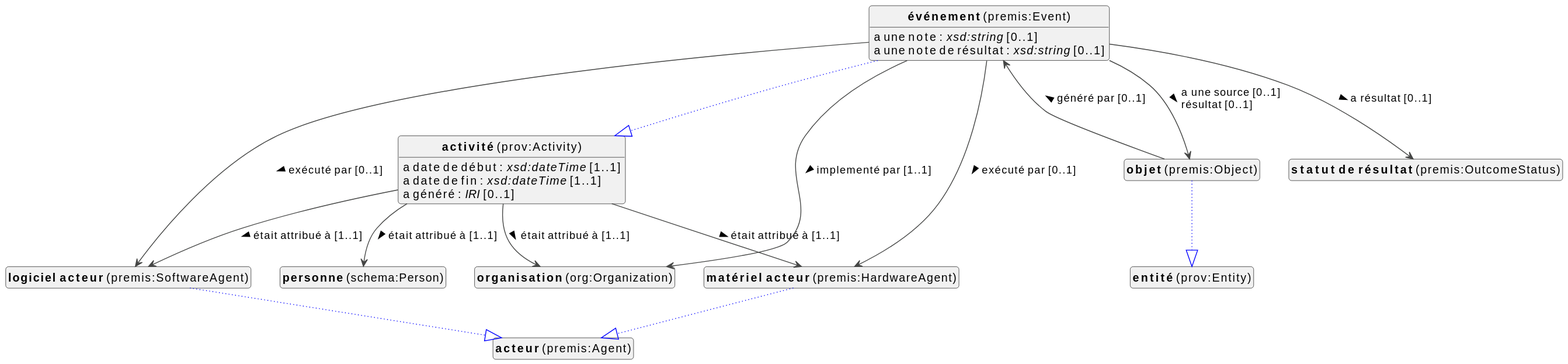
The PlantUML diagram docs/metadata/knowledge-graph/0.0.1/events/fr/events-diagram.svg in viaacode/documentation-jekyll, before a commit.
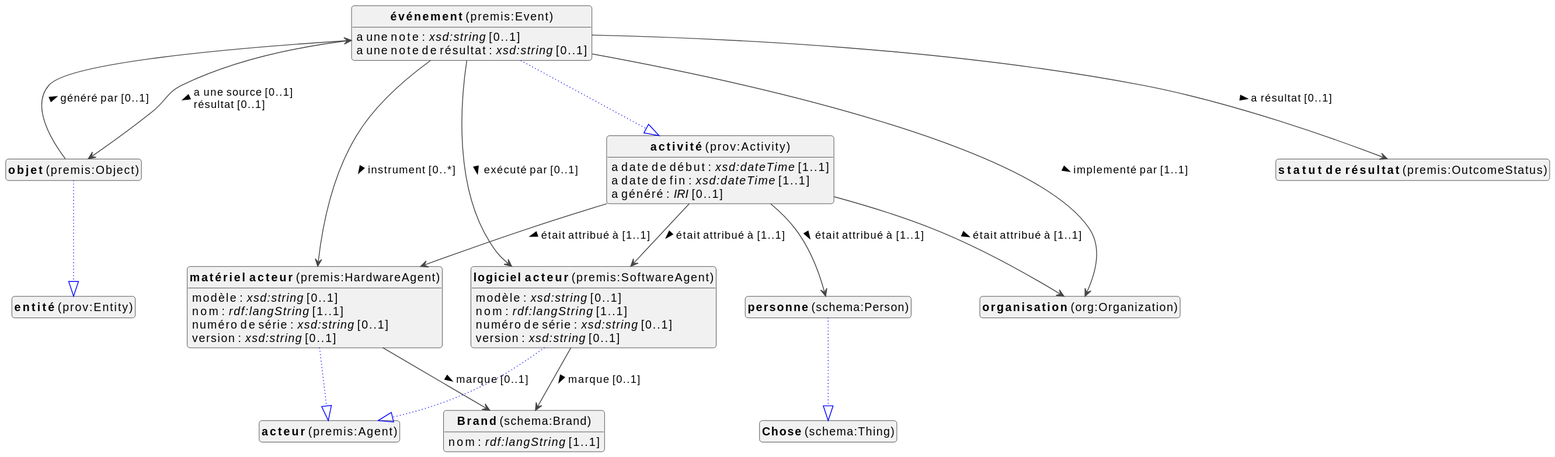
Later version of the same file.

The edit, as a diff of the source:
```diff
@@ -10,6 +10,7 @@
 top to bottom direction
 
 
+class "<b>Brand</b> (schema:Brand)" as schema_Brand [[#schema%3ABrand]]
 class "<b>activité</b> (prov:Activity)" as prov_Activity [[#prov%3AActivity]]
 class "<b>logiciel acteur</b> (premis:SoftwareAgent)" as premis_SoftwareAgent [[#premis%3ASoftwareAgent]]
 class "<b>acteur</b> (premis:Agent)" as premis_Agent [[#premis%3AAgent]]
@@ -19,9 +20,14 @@
 class "<b>entité</b> (prov:Entity)" as prov_Entity [[#prov%3AEntity]]
 class "<b>organisation</b> (org:Organization)" as org_Organization [[../../organization/fr#org%3AOrganization]]
 class "<b>personne</b> (schema:Person)" as schema_Person [[../../organization/fr#schema%3APerson]]
+class "<b>Chose</b> (schema:Thing)" as schema_Thing [[#schema%3AThing]]
 class "<b>statut de résultat</b> (premis:OutcomeStatus)" as premis_OutcomeStatus [[#premis%3AOutcomeStatus]]
 class "<b>événement</b> (premis:Event)" as premis_Event [[#premis%3AEvent]]
 class "<b>activité</b> (prov:Activity)" as prov_Activity [[#prov%3AActivity]]
+
+
+schema_Brand : nom : <i>rdf:langString</i> [1..1]
+
 
 
 prov_Activity : a date de début : <i>xsd:dateTime</i> [1..1]
@@ -36,8 +42,22 @@
 
 premis_SoftwareAgent --|> premis_Agent #blue;line.dotted;text:blue
 
+premis_SoftwareAgent : modèle : <i>xsd:string</i> [0..1]
+premis_SoftwareAgent : nom : <i>rdf:langString</i> [1..1]
+premis_SoftwareAgent : numéro de série : <i>xsd:string</i> [0..1]
+premis_SoftwareAgent : version : <i>xsd:string</i> [0..1]
+
+premis_SoftwareAgent --> schema_Brand :marque [0..1]  >
+
 
 premis_HardwareAgent --|> premis_Agent #blue;line.dotted;text:blue
+
+premis_HardwareAgent : modèle : <i>xsd:string</i> [0..1]
+premis_HardwareAgent : nom : <i>rdf:langString</i> [1..1]
+premis_HardwareAgent : numéro de série : <i>xsd:string</i> [0..1]
+premis_HardwareAgent : version : <i>xsd:string</i> [0..1]
+
+premis_HardwareAgent --> schema_Brand :marque [0..1]  >
 
 
 premis_Object --|> prov_Entity #blue;line.dotted;text:blue
@@ -46,6 +66,7 @@
 
 
 
+schema_Person --|> schema_Thing #blue;line.dotted;text:blue
 
 
 
@@ -55,7 +76,7 @@
 premis_Event : a une note : <i>xsd:string</i> [0..1]
 premis_Event : a une note de résultat : <i>xsd:string</i> [0..1]
 premis_Event --> org_Organization :implementé par [1..1]  >
-premis_Event --> premis_HardwareAgent :exécuté par [0..1]  >
+premis_Event --> premis_HardwareAgent :instrument [0..*]  >
 premis_Event --> premis_Object :a une source [0..1]  \lrésultat [0..1]  >
 premis_Event --> premis_OutcomeStatus :a résultat [0..1]  >
 premis_Event --> premis_SoftwareAgent :exécuté par [0..1]  >
```
